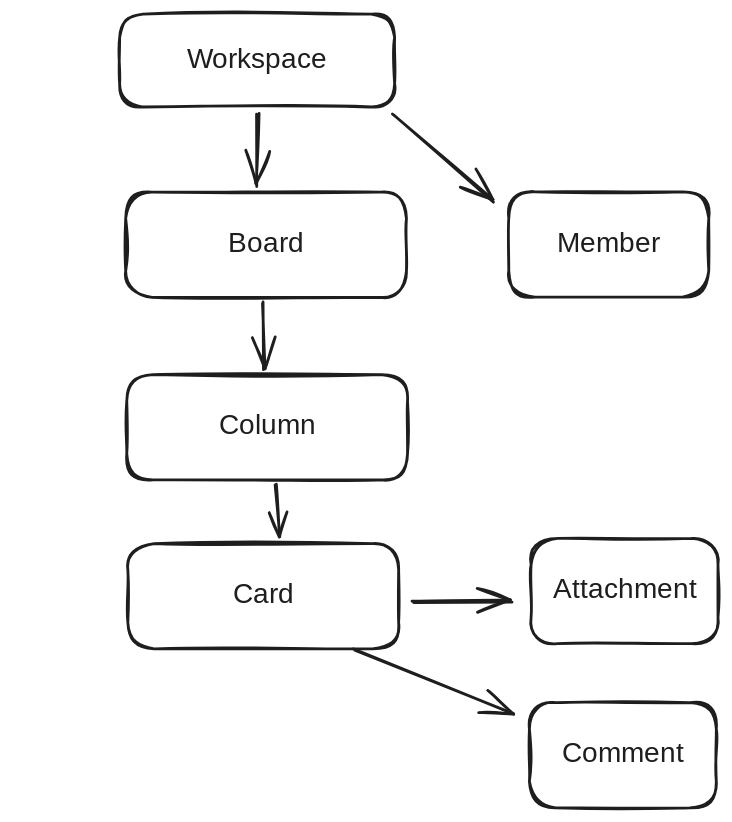
The Excalidraw diagram docs/arch/fizzy.excalidraw.svg in david1gp/ralph, before a commit. Source tidied: one line per element, renumbered; positions are measured from the earlier drawing's top-left corner, leaving out a move shared by most shapes. Source of this version:
```json
{"id": 0, "type": "rectangle", "strokeColor": "#1e1e1e", "strokeWidth": 2, "roughness": 1, "round": true, "x": 6, "y": 378, "width": 193, "height": 75}
{"id": 1, "type": "text", "text": "Card", "strokeColor": "#1e1e1e", "strokeWidth": 2, "roughness": 1, "fontSize": 20, "fontFamily": 5, "textAlign": "center", "verticalAlign": "middle", "inside": 0, "x": 80, "y": 403, "width": 44, "height": 25}
{"id": 2, "type": "rectangle", "strokeColor": "#1e1e1e", "strokeWidth": 2, "roughness": 1, "round": true, "x": 4, "y": 127, "width": 201, "height": 75}
{"id": 3, "type": "text", "text": "Board", "strokeColor": "#1e1e1e", "strokeWidth": 2, "roughness": 1, "fontSize": 20, "fontFamily": 5, "textAlign": "center", "verticalAlign": "middle", "inside": 2, "x": 75, "y": 152, "width": 59, "height": 25}
{"id": 4, "type": "rectangle", "strokeColor": "#1e1e1e", "strokeWidth": 2, "roughness": 1, "round": true, "x": 278, "y": 127, "width": 143, "height": 75}
{"id": 5, "type": "text", "text": "Member", "strokeColor": "#1e1e1e", "strokeWidth": 2, "roughness": 1, "fontSize": 20, "fontFamily": 5, "textAlign": "center", "verticalAlign": "middle", "inside": 4, "x": 315, "y": 152, "width": 69, "height": 25}
{"id": 6, "type": "rectangle", "strokeColor": "#1e1e1e", "strokeWidth": 2, "roughness": 1, "round": true, "x": 0, "y": 0, "width": 196, "height": 66}
{"id": 7, "type": "text", "text": "Workspace", "strokeColor": "#1e1e1e", "strokeWidth": 2, "roughness": 1, "fontSize": 20, "fontFamily": 5, "textAlign": "center", "verticalAlign": "middle", "inside": 6, "x": 48, "y": 21, "width": 100, "height": 25}
{"id": 8, "type": "arrow", "strokeColor": "#1e1e1e", "strokeWidth": 2, "roughness": 1, "endArrowhead": "arrow", "round": true, "from": 6, "to": 4, "x": 194, "y": 71, "width": 71, "height": 63, "points": [[0, 0], [71, 63]]}
{"id": 9, "type": "arrow", "strokeColor": "#1e1e1e", "strokeWidth": 2, "roughness": 1, "endArrowhead": "arrow", "round": true, "from": 6, "to": 2, "x": 99, "y": 71, "width": 2, "height": 52, "points": [[0, 0], [-2, 52]]}
{"id": 10, "type": "rectangle", "strokeColor": "#1e1e1e", "strokeWidth": 2, "roughness": 1, "round": true, "x": 293, "y": 492, "width": 134, "height": 75}
{"id": 11, "type": "text", "text": "Comment", "strokeColor": "#1e1e1e", "strokeWidth": 2, "roughness": 1, "fontSize": 20, "fontFamily": 5, "textAlign": "center", "verticalAlign": "middle", "inside": 10, "x": 318, "y": 517, "width": 83, "height": 25}
{"id": 12, "type": "arrow", "strokeColor": "#1e1e1e", "strokeWidth": 2, "roughness": 1, "endArrowhead": "arrow", "round": true, "from": 0, "to": 10, "x": 169, "y": 455, "width": 111, "height": 45, "points": [[0, 0], [111, 45]]}
{"id": 13, "type": "rectangle", "strokeColor": "#1e1e1e", "strokeWidth": 2, "roughness": 1, "round": true, "x": 294, "y": 375, "width": 134, "height": 75}
{"id": 14, "type": "text", "text": "Attachment", "strokeColor": "#1e1e1e", "strokeWidth": 2, "roughness": 1, "fontSize": 20, "fontFamily": 5, "textAlign": "center", "verticalAlign": "middle", "inside": 13, "x": 304, "y": 400, "width": 114, "height": 25}
{"id": 15, "type": "arrow", "strokeColor": "#1e1e1e", "strokeWidth": 2, "roughness": 1, "endArrowhead": "arrow", "round": true, "from": 0, "to": 13, "x": 209, "y": 420, "width": 71, "height": 1, "points": [[0, 0], [71, -1]]}
{"id": 16, "type": "rectangle", "strokeColor": "#1e1e1e", "strokeWidth": 2, "roughness": 1, "round": true, "x": 5, "y": 258, "width": 201, "height": 75}
{"id": 17, "type": "text", "text": "Column", "strokeColor": "#1e1e1e", "strokeWidth": 2, "roughness": 1, "fontSize": 20, "fontFamily": 5, "textAlign": "center", "verticalAlign": "middle", "inside": 16, "x": 73, "y": 283, "width": 64, "height": 25}
{"id": 18, "type": "arrow", "strokeColor": "#1e1e1e", "strokeWidth": 2, "roughness": 1, "endArrowhead": "arrow", "round": true, "from": 2, "to": 16, "x": 102, "y": 206, "width": 1, "height": 48, "points": [[0, 0], [1, 48]]}
{"id": 19, "type": "arrow", "strokeColor": "#1e1e1e", "strokeWidth": 2, "roughness": 1, "endArrowhead": "arrow", "round": true, "from": 16, "to": 0, "x": 111, "y": 336, "width": 3, "height": 37, "points": [[0, 0], [3, 37]]}
```
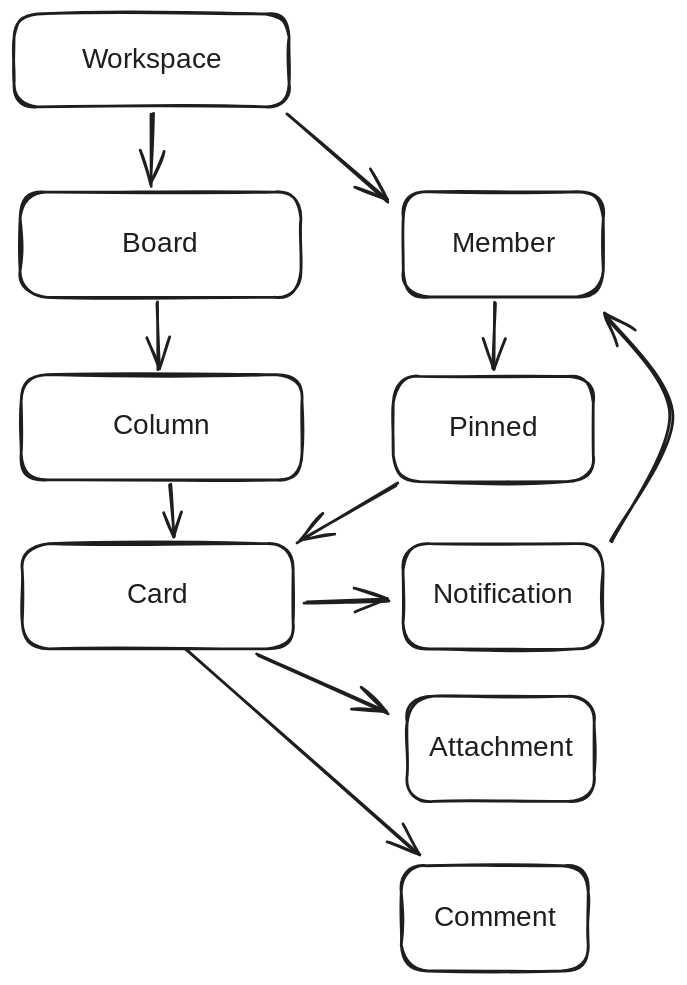
The same file after the commit.

Commit message:
doc(arch): add inbox/notification

The edit, as a diff of the source:
```diff
@@ -8,13 +8,21 @@
 {"id": 7, "type": "text", "text": "Workspace", "strokeColor": "#1e1e1e", "strokeWidth": 2, "roughness": 1, "fontSize": 20, "fontFamily": 5, "textAlign": "center", "verticalAlign": "middle", "inside": 6, "x": 48, "y": 21, "width": 100, "height": 25}
 {"id": 8, "type": "arrow", "strokeColor": "#1e1e1e", "strokeWidth": 2, "roughness": 1, "endArrowhead": "arrow", "round": true, "from": 6, "to": 4, "x": 194, "y": 71, "width": 71, "height": 63, "points": [[0, 0], [71, 63]]}
 {"id": 9, "type": "arrow", "strokeColor": "#1e1e1e", "strokeWidth": 2, "roughness": 1, "endArrowhead": "arrow", "round": true, "from": 6, "to": 2, "x": 99, "y": 71, "width": 2, "height": 52, "points": [[0, 0], [-2, 52]]}
-{"id": 10, "type": "rectangle", "strokeColor": "#1e1e1e", "strokeWidth": 2, "roughness": 1, "round": true, "x": 293, "y": 492, "width": 134, "height": 75}
+{"id": 10, "type": "rectangle", "strokeColor": "#1e1e1e", "strokeWidth": 2, "roughness": 1, "round": true, "x": 277, "y": 608, "width": 134, "height": 75}
-{"id": 11, "type": "text", "text": "Comment", "strokeColor": "#1e1e1e", "strokeWidth": 2, "roughness": 1, "fontSize": 20, "fontFamily": 5, "textAlign": "center", "verticalAlign": "middle", "inside": 10, "x": 318, "y": 517, "width": 83, "height": 25}
+{"id": 11, "type": "text", "text": "Comment", "strokeColor": "#1e1e1e", "strokeWidth": 2, "roughness": 1, "fontSize": 20, "fontFamily": 5, "textAlign": "center", "verticalAlign": "middle", "inside": 10, "x": 302, "y": 633, "width": 83, "height": 25}
-{"id": 12, "type": "arrow", "strokeColor": "#1e1e1e", "strokeWidth": 2, "roughness": 1, "endArrowhead": "arrow", "round": true, "from": 0, "to": 10, "x": 169, "y": 455, "width": 111, "height": 45, "points": [[0, 0], [111, 45]]}
+{"id": 12, "type": "arrow", "strokeColor": "#1e1e1e", "strokeWidth": 2, "roughness": 1, "endArrowhead": "arrow", "round": true, "from": 0, "to": 10, "x": 124, "y": 455, "width": 164, "height": 145, "points": [[0, 0], [164, 145]]}
-{"id": 13, "type": "rectangle", "strokeColor": "#1e1e1e", "strokeWidth": 2, "roughness": 1, "round": true, "x": 294, "y": 375, "width": 134, "height": 75}
+{"id": 13, "type": "rectangle", "strokeColor": "#1e1e1e", "strokeWidth": 2, "roughness": 1, "round": true, "x": 281, "y": 487, "width": 134, "height": 75}
-{"id": 14, "type": "text", "text": "Attachment", "strokeColor": "#1e1e1e", "strokeWidth": 2, "roughness": 1, "fontSize": 20, "fontFamily": 5, "textAlign": "center", "verticalAlign": "middle", "inside": 13, "x": 304, "y": 400, "width": 114, "height": 25}
+{"id": 14, "type": "text", "text": "Attachment", "strokeColor": "#1e1e1e", "strokeWidth": 2, "roughness": 1, "fontSize": 20, "fontFamily": 5, "textAlign": "center", "verticalAlign": "middle", "inside": 13, "x": 290, "y": 512, "width": 114, "height": 25}
-{"id": 15, "type": "arrow", "strokeColor": "#1e1e1e", "strokeWidth": 2, "roughness": 1, "endArrowhead": "arrow", "round": true, "from": 0, "to": 13, "x": 209, "y": 420, "width": 71, "height": 1, "points": [[0, 0], [71, -1]]}
+{"id": 15, "type": "arrow", "strokeColor": "#1e1e1e", "strokeWidth": 2, "roughness": 1, "endArrowhead": "arrow", "round": true, "from": 0, "to": 13, "x": 174, "y": 458, "width": 94, "height": 41, "points": [[0, 0], [94, 41]]}
 {"id": 16, "type": "rectangle", "strokeColor": "#1e1e1e", "strokeWidth": 2, "roughness": 1, "round": true, "x": 5, "y": 258, "width": 201, "height": 75}
 {"id": 17, "type": "text", "text": "Column", "strokeColor": "#1e1e1e", "strokeWidth": 2, "roughness": 1, "fontSize": 20, "fontFamily": 5, "textAlign": "center", "verticalAlign": "middle", "inside": 16, "x": 73, "y": 283, "width": 64, "height": 25}
 {"id": 18, "type": "arrow", "strokeColor": "#1e1e1e", "strokeWidth": 2, "roughness": 1, "endArrowhead": "arrow", "round": true, "from": 2, "to": 16, "x": 102, "y": 206, "width": 1, "height": 48, "points": [[0, 0], [1, 48]]}
 {"id": 19, "type": "arrow", "strokeColor": "#1e1e1e", "strokeWidth": 2, "roughness": 1, "endArrowhead": "arrow", "round": true, "from": 16, "to": 0, "x": 111, "y": 336, "width": 3, "height": 37, "points": [[0, 0], [3, 37]]}
+{"id": 20, "type": "rectangle", "strokeColor": "#1e1e1e", "strokeWidth": 2, "roughness": 1, "round": true, "x": 278, "y": 378, "width": 143, "height": 75}
+{"id": 21, "type": "text", "text": "Notification", "strokeColor": "#1e1e1e", "strokeWidth": 2, "roughness": 1, "fontSize": 20, "fontFamily": 5, "textAlign": "center", "verticalAlign": "middle", "inside": 20, "x": 292, "y": 403, "width": 115, "height": 25}
+{"id": 22, "type": "rectangle", "strokeColor": "#1e1e1e", "strokeWidth": 2, "roughness": 1, "round": true, "x": 271, "y": 259, "width": 143, "height": 75}
+{"id": 23, "type": "text", "text": "Pinned", "strokeColor": "#1e1e1e", "strokeWidth": 2, "roughness": 1, "fontSize": 20, "fontFamily": 5, "textAlign": "center", "verticalAlign": "middle", "inside": 22, "x": 311, "y": 284, "width": 63, "height": 25}
+{"id": 24, "type": "arrow", "strokeColor": "#1e1e1e", "strokeWidth": 2, "roughness": 1, "endArrowhead": "arrow", "round": true, "from": 4, "to": 22, "x": 344, "y": 207, "width": 2, "height": 47, "points": [[0, 0], [-2, 47]]}
+{"id": 25, "type": "arrow", "strokeColor": "#1e1e1e", "strokeWidth": 2, "roughness": 1, "endArrowhead": "arrow", "round": true, "from": 22, "to": 0, "x": 274, "y": 336, "width": 71, "height": 41, "points": [[0, 0], [-71, 41]]}
+{"id": 26, "type": "arrow", "strokeColor": "#1e1e1e", "strokeWidth": 2, "roughness": 1, "endArrowhead": "arrow", "round": true, "from": 0, "to": 20, "x": 207, "y": 420, "width": 61, "height": 2, "points": [[0, 0], [61, -2]]}
+{"id": 27, "type": "arrow", "strokeColor": "#1e1e1e", "strokeWidth": 2, "roughness": 1, "endArrowhead": "arrow", "round": true, "from": 20, "to": 4, "x": 426, "y": 376, "width": 47, "height": 162, "points": [[0, 0], [43, -89], [-4, -162]]}
```
